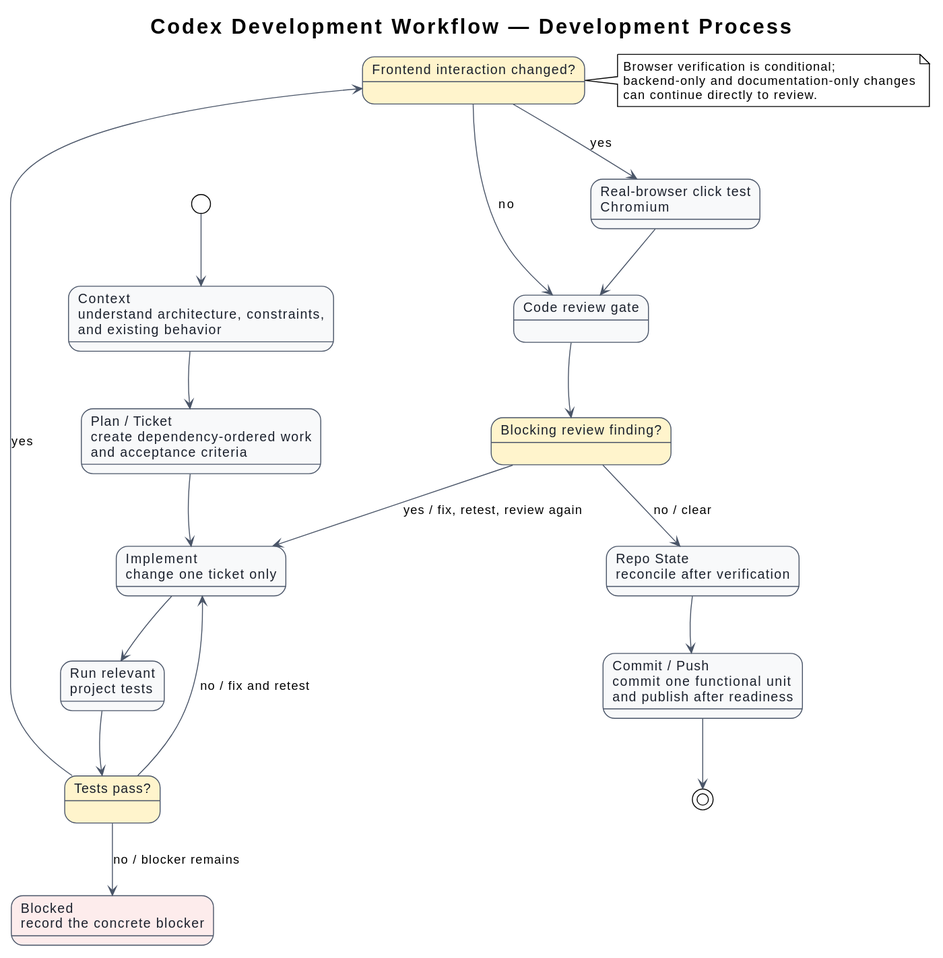
i-zrhe2016/codex-development-workflow keeps this PlantUML diagram as docs/diagrams/architecture.svg. Above is the earlier version.
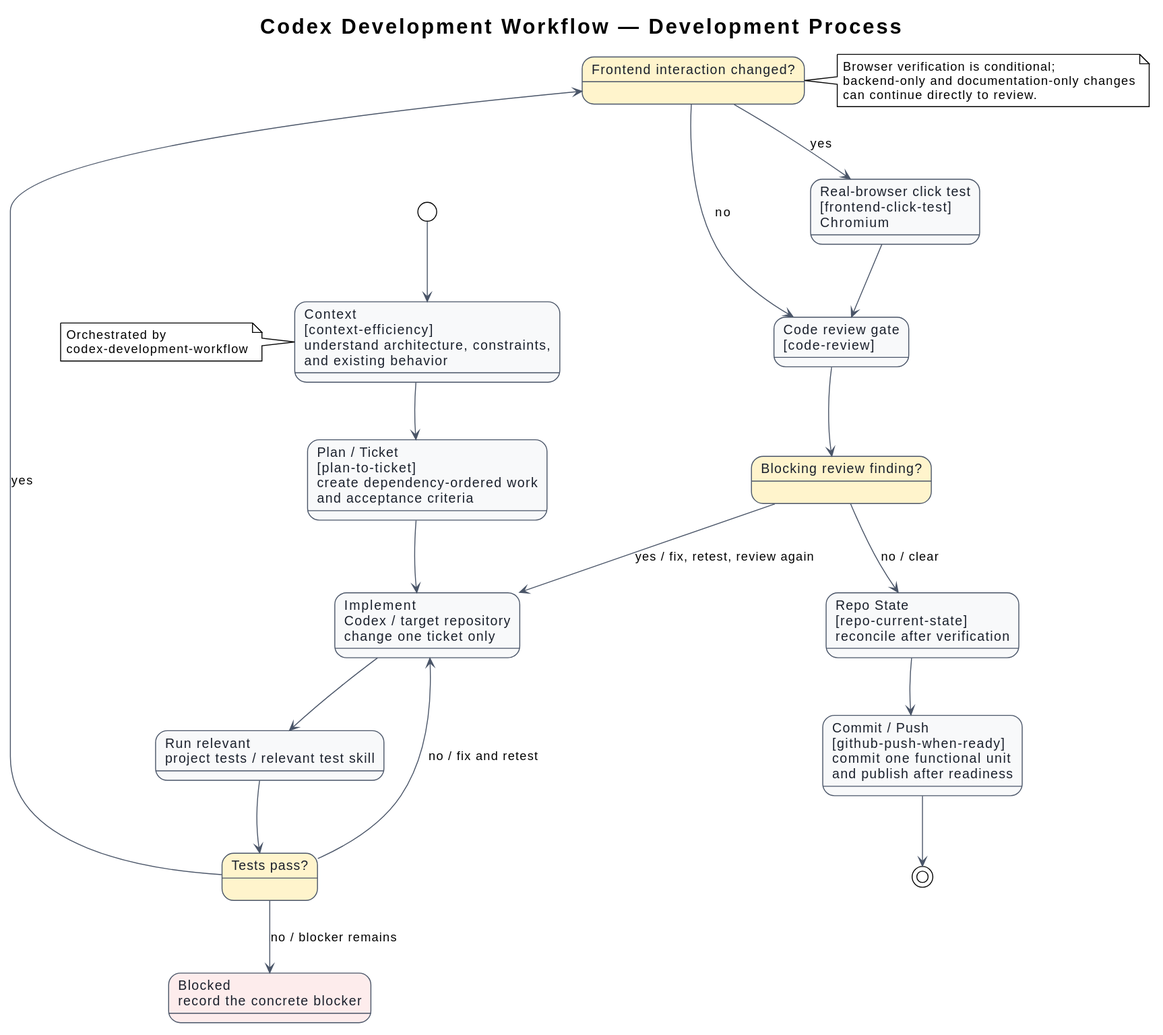
After the commit.

Commit message:
docs: show invoked skills in workflow diagram

Change to the diagram source:
```diff
@@ -12,17 +12,17 @@
 
 title Codex Development Workflow — Development Process
 
-state "Context\nunderstand architecture, constraints,\nand existing behavior" as context
-state "Plan / Ticket\ncreate dependency-ordered work\nand acceptance criteria" as plan
-state "Implement\nchange one ticket only" as implement
-state "Run relevant\nproject tests" as tests
+state "Context\n[context-efficiency]\nunderstand architecture, constraints,\nand existing behavior" as context
+state "Plan / Ticket\n[plan-to-ticket]\ncreate dependency-ordered work\nand acceptance criteria" as plan
+state "Implement\nCodex / target repository\nchange one ticket only" as implement
+state "Run relevant\nproject tests / relevant test skill" as tests
 state "Tests pass?" as tests_gate #FFF4CC
 state "Frontend interaction changed?" as frontend_gate #FFF4CC
-state "Real-browser click test\nChromium" as browser
-state "Code review gate" as review
+state "Real-browser click test\n[frontend-click-test]\nChromium" as browser
+state "Code review gate\n[code-review]" as review
 state "Blocking review finding?" as review_gate #FFF4CC
-state "Repo State\nreconcile after verification" as repo_state
-state "Commit / Push\ncommit one functional unit\nand publish after readiness" as publish
+state "Repo State\n[repo-current-state]\nreconcile after verification" as repo_state
+state "Commit / Push\n[github-push-when-ready]\ncommit one functional unit\nand publish after readiness" as publish
 state "Blocked\nrecord the concrete blocker" as blocked #FDECEC
 
 [*] --> context
@@ -57,4 +57,9 @@
 backend-only and documentation-only changes
 can continue directly to review.
 end note
+
+note left of context
+Orchestrated by
+codex-development-workflow
+end note
 @enduml
```
